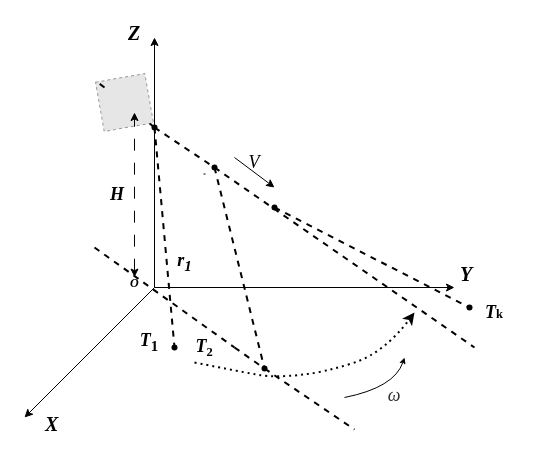
The draw.io diagram 2.1 前视成像几何模型.drawio in LFNing/General, before the edit. Source tidied: cells renumbered, new cells numbered last; positions are measured from the earlier drawing's top-left corner, leaving out a move shared by most shapes. Both pictures are drawn from the tidied source at 100%, with x=0, y=0 at pixel (24, 17). Pictures stored in the file or linked from it are replaced by grey dashed boxes.
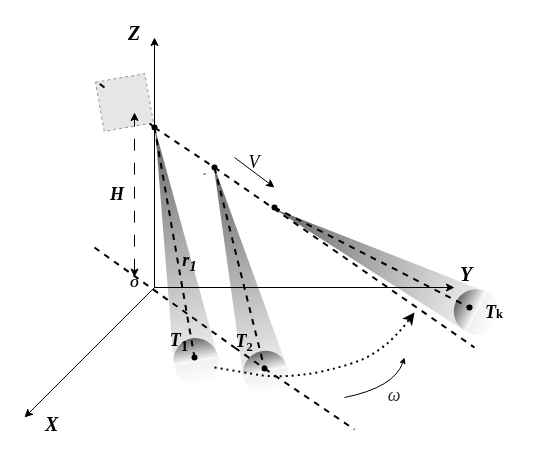
The same page after the edit.

Commit message (it also covers changes not shown here):
更新2.1 前视成像几何模型.drawio

What changed in the source:
```diff
@@
+    <mxCell id="38" style="verticalLabelPosition=bottom;verticalAlign=top;html=1;shape=mxgraph.basic.cone;rotation=297;strokeColor=none;gradientColor=#666666;gradientDirection=north;" parent="1" vertex="1">
+      <mxGeometry x="338.7" y="123" width="45" height="250.2" as="geometry" />
+    </mxCell>
+    <mxCell id="39" style="verticalLabelPosition=bottom;verticalAlign=top;html=1;shape=mxgraph.basic.cone;rotation=346;strokeColor=none;gradientColor=#666666;gradientDirection=north;" parent="1" vertex="1">
+      <mxGeometry x="195" y="143.6" width="45" height="236" as="geometry" />
+    </mxCell>
+    <mxCell id="40" style="verticalLabelPosition=bottom;verticalAlign=top;html=1;shape=mxgraph.basic.cone;rotation=350;strokeColor=none;gradientColor=#666666;gradientDirection=north;" parent="1" vertex="1">
+      <mxGeometry x="130.7" y="109.9" width="45" height="260" as="geometry" />
+    </mxCell>
@@
     <mxCell id="18" value="&lt;span style=&quot;font-size: 18px;&quot;&gt;&lt;b&gt;&lt;i&gt;r&lt;sub&gt;1&lt;/sub&gt;&lt;/i&gt;&lt;/b&gt;&lt;/span&gt;" style="text;html=1;align=center;verticalAlign=middle;fillColor=none;strokeColor=none;rounded=0;fontFamily=Times New Roman;fontSize=11;" parent="1" vertex="1">
-      <mxGeometry x="140" y="225" width="40" height="40" as="geometry" />
+      <mxGeometry x="145" y="225" width="40" height="40" as="geometry" />
     </mxCell>
@@
-    <mxCell id="24" style="endArrow=none;html=1;rounded=0;fontFamily=Times New Roman;fontSize=14;strokeWidth=2;startArrow=none;fillColor=#f0a30a;strokeColor=#000000;dashed=1;" parent="1" edge="1">
+    <mxCell id="24" style="endArrow=none;html=1;rounded=0;fontFamily=Times New Roman;fontSize=14;strokeWidth=2;startArrow=none;fillColor=#f0a30a;strokeColor=#000000;dashed=1;" parent="1" edge="1" target="25">
       <mxGeometry relative="1" as="geometry">
         <mxPoint x="130" y="110" as="sourcePoint" />
-        <mxPoint x="150" y="330" as="targetPoint" />
       </mxGeometry>
     </mxCell>
     <mxCell id="25" style="shape=waypoint;sketch=0;fillStyle=solid;size=6;points=[];fillColor=none;perimeter=centerPerimeter;snapToPoint=1;fontFamily=Times New Roman;fontSize=14;" parent="1" vertex="1">
-      <mxGeometry x="130" y="310" width="40" height="40" as="geometry" />
+      <mxGeometry x="150" y="320" width="40" height="40" as="geometry" />
     </mxCell>
@@
     <mxCell id="34" value="&lt;span style=&quot;font-size: 18px;&quot;&gt;&lt;font face=&quot;Times New Roman&quot;&gt;&lt;b&gt;&lt;i&gt;T&lt;/i&gt;&lt;sub&gt;1&lt;/sub&gt;&lt;/b&gt;&lt;/font&gt;&lt;/span&gt;" style="text;html=1;strokeColor=none;fillColor=none;align=center;verticalAlign=middle;whiteSpace=wrap;rounded=0;" parent="1" vertex="1">
-      <mxGeometry x="95" y="310" width="60" height="30" as="geometry" />
+      <mxGeometry x="125" y="310" width="60" height="30" as="geometry" />
     </mxCell>
     <mxCell id="35" value="&lt;font style=&quot;&quot; face=&quot;Times New Roman&quot;&gt;&lt;b style=&quot;&quot;&gt;&lt;span style=&quot;font-style: italic; font-size: 18px;&quot;&gt;T&lt;/span&gt;&lt;span style=&quot;font-size: 15px;&quot;&gt;&lt;sub style=&quot;&quot;&gt;2&lt;/sub&gt;&lt;/span&gt;&lt;/b&gt;&lt;/font&gt;" style="text;html=1;strokeColor=none;fillColor=none;align=center;verticalAlign=middle;whiteSpace=wrap;rounded=0;" parent="1" vertex="1">
-      <mxGeometry x="150" y="315" width="60" height="30" as="geometry" />
+      <mxGeometry x="190" y="310" width="60" height="30" as="geometry" />
     </mxCell>
@@
     <mxCell id="37" style="curved=1;endArrow=classic;html=1;rounded=0;dashed=1;dashPattern=1 2;strokeWidth=2;" parent="1" edge="1">
       <mxGeometry relative="1" as="geometry">
-        <mxPoint x="170" y="345" as="sourcePoint" />
+        <mxPoint x="190" y="350" as="sourcePoint" />
         <mxPoint x="390" y="295" as="targetPoint" />
         <Array as="points">
+          <mxPoint x="190" y="350" />
           <mxPoint x="220" y="355" />
           <mxPoint x="250" y="360" />
           <mxPoint x="300" y="355" />
           <mxPoint x="360" y="335" />
         </Array>
       </mxGeometry>
     </mxCell>
```
